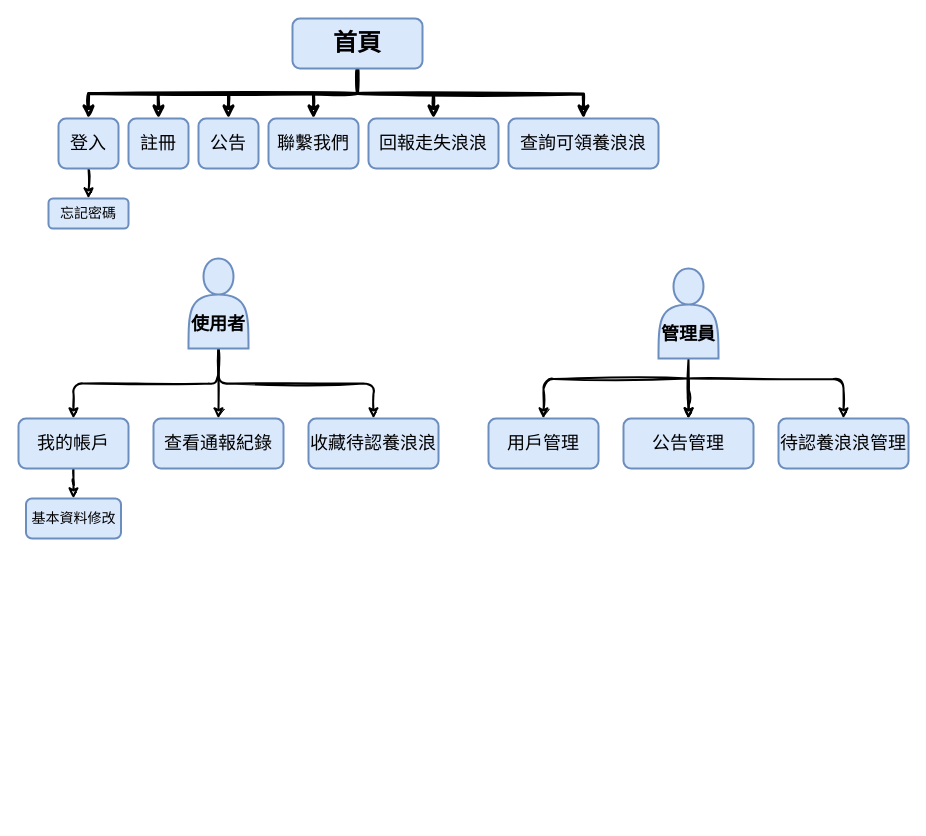
This is Untitled Diagram.drawio from Tzu-Lin/Tzu-Lin.github.io, a draw.io file, before an edit. Source tidied: cells renumbered, new cells numbered last; positions are measured from the earlier drawing's top-left corner, leaving out a move shared by most shapes. Both pictures are drawn from the tidied source at 100%, with x=0, y=0 at pixel (18, 18).
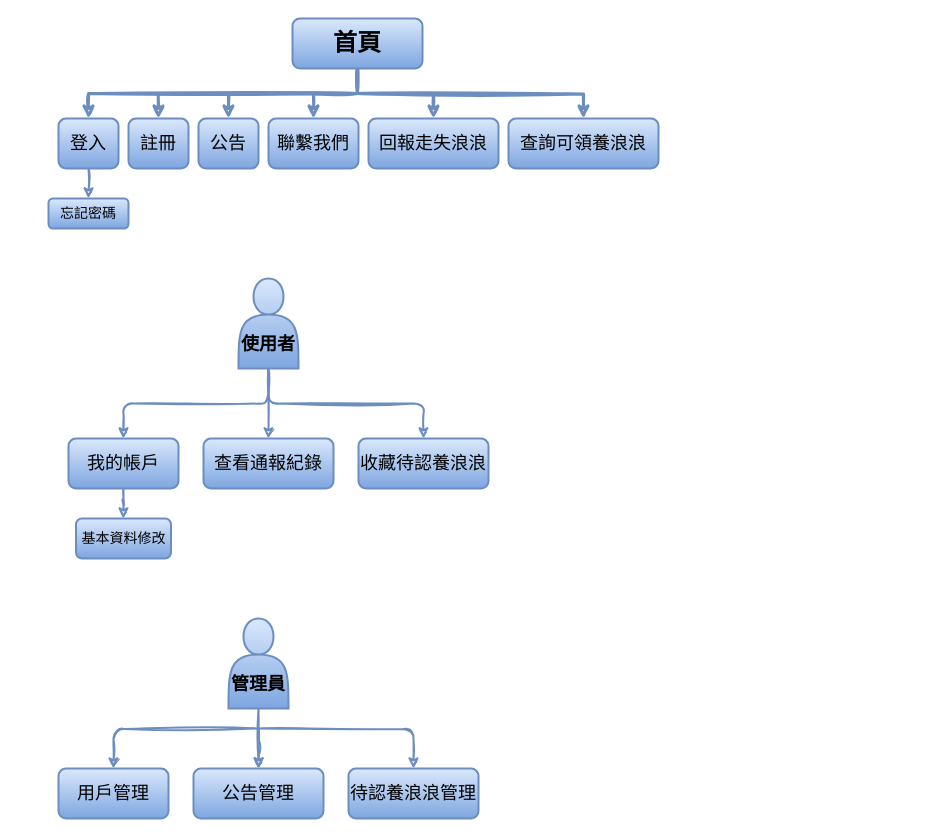
Above is the later version.

The edit, as a diff of the source:
```diff
@@
-    <mxCell id="2" style="edgeStyle=orthogonalEdgeStyle;jettySize=auto;html=1;rounded=0;strokeWidth=3;sketch=1;" parent="1" edge="1" source="8" target="13">
+    <mxCell id="2" style="edgeStyle=orthogonalEdgeStyle;jettySize=auto;html=1;rounded=0;strokeWidth=3;sketch=1;fillColor=#dae8fc;strokeColor=#6c8ebf;gradientColor=#7ea6e0;" parent="1" edge="1" source="8" target="13">
       <mxGeometry relative="1" as="geometry">
         <Array as="points">
           <mxPoint x="339" y="75" />
           <mxPoint x="295" y="75" />
         </Array>
       </mxGeometry>
     </mxCell>
-    <mxCell id="3" style="edgeStyle=orthogonalEdgeStyle;jettySize=auto;html=1;exitX=0.5;exitY=1;exitDx=0;exitDy=0;entryX=0.5;entryY=0;entryDx=0;entryDy=0;rounded=0;strokeWidth=3;sketch=1;" parent="1" edge="1" source="8" target="14">
+    <mxCell id="3" style="edgeStyle=orthogonalEdgeStyle;jettySize=auto;html=1;exitX=0.5;exitY=1;exitDx=0;exitDy=0;entryX=0.5;entryY=0;entryDx=0;entryDy=0;rounded=0;strokeWidth=3;sketch=1;fillColor=#dae8fc;strokeColor=#6c8ebf;gradientColor=#7ea6e0;" parent="1" edge="1" source="8" target="14">
       <mxGeometry relative="1" as="geometry" />
     </mxCell>
-    <mxCell id="4" style="edgeStyle=orthogonalEdgeStyle;jettySize=auto;html=1;rounded=0;strokeWidth=3;sketch=1;" parent="1" edge="1" target="15">
+    <mxCell id="4" style="edgeStyle=orthogonalEdgeStyle;jettySize=auto;html=1;rounded=0;strokeWidth=3;sketch=1;fillColor=#dae8fc;strokeColor=#6c8ebf;gradientColor=#7ea6e0;" parent="1" edge="1" target="15">
       <mxGeometry relative="1" as="geometry">
         <mxPoint x="339" y="75" as="sourcePoint" />
       </mxGeometry>
     </mxCell>
-    <mxCell id="5" style="edgeStyle=orthogonalEdgeStyle;jettySize=auto;html=1;exitX=0.5;exitY=1;exitDx=0;exitDy=0;rounded=0;strokeWidth=3;sketch=1;" parent="1" edge="1" source="8" target="11">
+    <mxCell id="5" style="edgeStyle=orthogonalEdgeStyle;jettySize=auto;html=1;exitX=0.5;exitY=1;exitDx=0;exitDy=0;rounded=0;strokeWidth=3;sketch=1;fillColor=#dae8fc;strokeColor=#6c8ebf;gradientColor=#7ea6e0;" parent="1" edge="1" source="8" target="11">
       <mxGeometry relative="1" as="geometry" />
     </mxCell>
-    <mxCell id="6" style="edgeStyle=orthogonalEdgeStyle;jettySize=auto;html=1;exitX=0.5;exitY=1;exitDx=0;exitDy=0;rounded=0;strokeWidth=3;sketch=1;" parent="1" edge="1" source="8" target="10">
+    <mxCell id="6" style="edgeStyle=orthogonalEdgeStyle;jettySize=auto;html=1;exitX=0.5;exitY=1;exitDx=0;exitDy=0;rounded=0;strokeWidth=3;sketch=1;fillColor=#dae8fc;strokeColor=#6c8ebf;gradientColor=#7ea6e0;" parent="1" edge="1" source="8" target="10">
       <mxGeometry relative="1" as="geometry" />
     </mxCell>
-    <mxCell id="7" style="edgeStyle=orthogonalEdgeStyle;jettySize=auto;html=1;exitX=0.5;exitY=1;exitDx=0;exitDy=0;entryX=0.5;entryY=0;entryDx=0;entryDy=0;rounded=0;strokeWidth=3;sketch=1;" parent="1" edge="1" source="8" target="12">
+    <mxCell id="7" style="edgeStyle=orthogonalEdgeStyle;jettySize=auto;html=1;exitX=0.5;exitY=1;exitDx=0;exitDy=0;entryX=0.5;entryY=0;entryDx=0;entryDy=0;rounded=0;strokeWidth=3;sketch=1;fillColor=#dae8fc;strokeColor=#6c8ebf;gradientColor=#7ea6e0;" parent="1" edge="1" source="8" target="12">
       <mxGeometry relative="1" as="geometry" />
     </mxCell>
-    <mxCell id="8" value="&lt;font style=&quot;vertical-align: inherit ; font-size: 24px&quot;&gt;&lt;b&gt;首頁&lt;/b&gt;&lt;/font&gt;" style="rounded=1;whiteSpace=wrap;html=1;fontSize=12;glass=0;strokeWidth=2;shadow=0;fillColor=#dae8fc;strokeColor=#6c8ebf;" parent="1" vertex="1">
+    <mxCell id="8" value="&lt;font style=&quot;vertical-align: inherit ; font-size: 24px&quot;&gt;&lt;b&gt;首頁&lt;/b&gt;&lt;/font&gt;" style="rounded=1;whiteSpace=wrap;html=1;fontSize=12;glass=0;strokeWidth=2;shadow=0;fillColor=#dae8fc;strokeColor=#6c8ebf;gradientColor=#7ea6e0;" parent="1" vertex="1">
       <mxGeometry x="274" width="130" height="50" as="geometry" />
     </mxCell>
-    <mxCell id="9" style="edgeStyle=orthogonalEdgeStyle;rounded=1;jettySize=auto;html=1;exitX=0.5;exitY=1;exitDx=0;exitDy=0;strokeWidth=2;shadow=0;sketch=1;" parent="1" edge="1" source="10">
+    <mxCell id="9" style="edgeStyle=orthogonalEdgeStyle;rounded=1;jettySize=auto;html=1;exitX=0.5;exitY=1;exitDx=0;exitDy=0;strokeWidth=2;shadow=0;sketch=1;fillColor=#dae8fc;strokeColor=#6c8ebf;gradientColor=#7ea6e0;" parent="1" edge="1" source="10">
       <mxGeometry relative="1" as="geometry">
         <mxPoint x="70" y="180" as="targetPoint" />
       </mxGeometry>
     </mxCell>
-    <mxCell id="10" value="&lt;font style=&quot;vertical-align: inherit ; font-size: 18px&quot;&gt;登入&lt;/font&gt;" style="rounded=1;whiteSpace=wrap;html=1;strokeWidth=2;fillColor=#dae8fc;strokeColor=#6c8ebf;" parent="1" vertex="1">
+    <mxCell id="10" value="&lt;font style=&quot;vertical-align: inherit ; font-size: 18px&quot;&gt;登入&lt;/font&gt;" style="rounded=1;whiteSpace=wrap;html=1;strokeWidth=2;fillColor=#dae8fc;strokeColor=#6c8ebf;gradientColor=#7ea6e0;" parent="1" vertex="1">
       <mxGeometry x="40" y="100" width="60" height="50" as="geometry" />
     </mxCell>
-    <mxCell id="11" value="&lt;font style=&quot;vertical-align: inherit ; font-size: 18px&quot;&gt;註冊&lt;/font&gt;" style="rounded=1;whiteSpace=wrap;html=1;strokeWidth=2;fillColor=#dae8fc;strokeColor=#6c8ebf;" parent="1" vertex="1">
+    <mxCell id="11" value="&lt;font style=&quot;vertical-align: inherit ; font-size: 18px&quot;&gt;註冊&lt;/font&gt;" style="rounded=1;whiteSpace=wrap;html=1;strokeWidth=2;fillColor=#dae8fc;strokeColor=#6c8ebf;gradientColor=#7ea6e0;" parent="1" vertex="1">
       <mxGeometry x="110" y="100" width="60" height="50" as="geometry" />
     </mxCell>
-    <mxCell id="12" value="&lt;font style=&quot;vertical-align: inherit ; font-size: 18px&quot;&gt;公告&lt;/font&gt;" style="rounded=1;whiteSpace=wrap;html=1;strokeWidth=2;fillColor=#dae8fc;strokeColor=#6c8ebf;" parent="1" vertex="1">
+    <mxCell id="12" value="&lt;font style=&quot;vertical-align: inherit ; font-size: 18px&quot;&gt;公告&lt;/font&gt;" style="rounded=1;whiteSpace=wrap;html=1;strokeWidth=2;fillColor=#dae8fc;strokeColor=#6c8ebf;gradientColor=#7ea6e0;" parent="1" vertex="1">
       <mxGeometry x="180" y="100" width="60" height="50" as="geometry" />
     </mxCell>
-    <mxCell id="13" value="&lt;font style=&quot;vertical-align: inherit ; font-size: 18px&quot;&gt;聯繫我們&lt;/font&gt;" style="rounded=1;whiteSpace=wrap;html=1;strokeWidth=2;fillColor=#dae8fc;strokeColor=#6c8ebf;" parent="1" vertex="1">
+    <mxCell id="13" value="&lt;font style=&quot;vertical-align: inherit ; font-size: 18px&quot;&gt;聯繫我們&lt;/font&gt;" style="rounded=1;whiteSpace=wrap;html=1;strokeWidth=2;fillColor=#dae8fc;strokeColor=#6c8ebf;gradientColor=#7ea6e0;" parent="1" vertex="1">
       <mxGeometry x="250" y="100" width="90" height="50" as="geometry" />
     </mxCell>
-    <mxCell id="14" value="&lt;font style=&quot;vertical-align: inherit ; font-size: 18px&quot;&gt;回報走失浪浪&lt;/font&gt;" style="rounded=1;whiteSpace=wrap;html=1;strokeWidth=2;fillColor=#dae8fc;strokeColor=#6c8ebf;" parent="1" vertex="1">
+    <mxCell id="14" value="&lt;font style=&quot;vertical-align: inherit ; font-size: 18px&quot;&gt;回報走失浪浪&lt;/font&gt;" style="rounded=1;whiteSpace=wrap;html=1;strokeWidth=2;fillColor=#dae8fc;strokeColor=#6c8ebf;gradientColor=#7ea6e0;" parent="1" vertex="1">
       <mxGeometry x="350" y="100" width="130" height="50" as="geometry" />
     </mxCell>
-    <mxCell id="15" value="&lt;font style=&quot;vertical-align: inherit ; font-size: 18px&quot;&gt;查詢可領養浪浪&lt;/font&gt;" style="rounded=1;whiteSpace=wrap;html=1;strokeWidth=2;fillColor=#dae8fc;strokeColor=#6c8ebf;" parent="1" vertex="1">
+    <mxCell id="15" value="&lt;font style=&quot;vertical-align: inherit ; font-size: 18px&quot;&gt;查詢可領養浪浪&lt;/font&gt;" style="rounded=1;whiteSpace=wrap;html=1;strokeWidth=2;fillColor=#dae8fc;strokeColor=#6c8ebf;gradientColor=#7ea6e0;" parent="1" vertex="1">
       <mxGeometry x="490" y="100" width="150" height="50" as="geometry" />
     </mxCell>
-    <mxCell id="16" value="&lt;font style=&quot;font-size: 14px&quot;&gt;忘記密碼&lt;/font&gt;" style="rounded=1;whiteSpace=wrap;html=1;strokeWidth=2;fillColor=#dae8fc;strokeColor=#6c8ebf;" parent="1" vertex="1">
+    <mxCell id="16" value="&lt;font style=&quot;font-size: 14px&quot;&gt;忘記密碼&lt;/font&gt;" style="rounded=1;whiteSpace=wrap;html=1;strokeWidth=2;fillColor=#dae8fc;strokeColor=#6c8ebf;gradientColor=#7ea6e0;" parent="1" vertex="1">
       <mxGeometry x="30" y="180" width="80" height="30" as="geometry" />
     </mxCell>
-    <mxCell id="17" style="edgeStyle=orthogonalEdgeStyle;rounded=1;sketch=1;jettySize=auto;html=1;exitX=0.5;exitY=1;exitDx=0;exitDy=0;shadow=0;strokeWidth=2;" parent="1" edge="1" source="20" target="24">
+    <mxCell id="17" style="edgeStyle=orthogonalEdgeStyle;rounded=1;sketch=1;jettySize=auto;html=1;exitX=0.5;exitY=1;exitDx=0;exitDy=0;shadow=0;strokeWidth=2;fillColor=#dae8fc;strokeColor=#6c8ebf;gradientColor=#7ea6e0;" parent="1" edge="1" source="20" target="24">
       <mxGeometry relative="1" as="geometry" />
     </mxCell>
-    <mxCell id="18" style="edgeStyle=orthogonalEdgeStyle;rounded=1;sketch=1;jettySize=auto;html=1;exitX=0.5;exitY=1;exitDx=0;exitDy=0;shadow=0;strokeWidth=2;" parent="1" edge="1" source="20" target="22">
+    <mxCell id="18" style="edgeStyle=orthogonalEdgeStyle;rounded=1;sketch=1;jettySize=auto;html=1;exitX=0.5;exitY=1;exitDx=0;exitDy=0;shadow=0;strokeWidth=2;fillColor=#dae8fc;strokeColor=#6c8ebf;gradientColor=#7ea6e0;" parent="1" edge="1" source="20" target="22">
       <mxGeometry relative="1" as="geometry" />
     </mxCell>
-    <mxCell id="19" style="edgeStyle=orthogonalEdgeStyle;rounded=1;sketch=1;jettySize=auto;html=1;shadow=0;strokeWidth=2;" parent="1" edge="1" source="20" target="21">
+    <mxCell id="19" style="edgeStyle=orthogonalEdgeStyle;rounded=1;sketch=1;jettySize=auto;html=1;shadow=0;strokeWidth=2;fillColor=#dae8fc;strokeColor=#6c8ebf;gradientColor=#7ea6e0;" parent="1" edge="1" source="20" target="21">
       <mxGeometry relative="1" as="geometry" />
     </mxCell>
-    <mxCell id="20" value="&lt;font style=&quot;font-size: 18px&quot;&gt;&lt;b&gt;&lt;br&gt;&lt;br&gt;使用者&lt;/b&gt;&lt;br&gt;&lt;/font&gt;" style="shape=actor;whiteSpace=wrap;html=1;strokeWidth=2;fillColor=#dae8fc;strokeColor=#6c8ebf;" parent="1" vertex="1">
-      <mxGeometry x="170" y="240" width="60" height="90" as="geometry" />
+    <mxCell id="20" value="&lt;font style=&quot;font-size: 18px&quot;&gt;&lt;b&gt;&lt;br&gt;&lt;br&gt;使用者&lt;/b&gt;&lt;br&gt;&lt;/font&gt;" style="shape=actor;whiteSpace=wrap;html=1;strokeWidth=2;fillColor=#dae8fc;strokeColor=#6c8ebf;gradientColor=#7ea6e0;" parent="1" vertex="1">
+      <mxGeometry x="220" y="260" width="60" height="90" as="geometry" />
     </mxCell>
-    <mxCell id="21" value="&lt;font style=&quot;vertical-align: inherit ; font-size: 18px&quot;&gt;查看通報紀錄&lt;/font&gt;" style="rounded=1;whiteSpace=wrap;html=1;strokeWidth=2;fillColor=#dae8fc;strokeColor=#6c8ebf;" parent="1" vertex="1">
-      <mxGeometry x="135" y="400" width="130" height="50" as="geometry" />
+    <mxCell id="21" value="&lt;font style=&quot;vertical-align: inherit ; font-size: 18px&quot;&gt;查看通報紀錄&lt;/font&gt;" style="rounded=1;whiteSpace=wrap;html=1;strokeWidth=2;fillColor=#dae8fc;strokeColor=#6c8ebf;gradientColor=#7ea6e0;" parent="1" vertex="1">
+      <mxGeometry x="185" y="420" width="130" height="50" as="geometry" />
     </mxCell>
-    <mxCell id="22" value="&lt;font style=&quot;vertical-align: inherit ; font-size: 18px&quot;&gt;收藏待認養浪浪&lt;/font&gt;" style="rounded=1;whiteSpace=wrap;html=1;strokeWidth=2;fillColor=#dae8fc;strokeColor=#6c8ebf;" parent="1" vertex="1">
-      <mxGeometry x="290" y="400" width="130" height="50" as="geometry" />
+    <mxCell id="22" value="&lt;font style=&quot;vertical-align: inherit ; font-size: 18px&quot;&gt;收藏待認養浪浪&lt;/font&gt;" style="rounded=1;whiteSpace=wrap;html=1;strokeWidth=2;fillColor=#dae8fc;strokeColor=#6c8ebf;gradientColor=#7ea6e0;" parent="1" vertex="1">
+      <mxGeometry x="340" y="420" width="130" height="50" as="geometry" />
     </mxCell>
-    <mxCell id="23" style="edgeStyle=orthogonalEdgeStyle;rounded=1;sketch=1;jettySize=auto;html=1;shadow=0;strokeWidth=2;" parent="1" edge="1" source="24" target="33">
+    <mxCell id="23" style="edgeStyle=orthogonalEdgeStyle;rounded=1;sketch=1;jettySize=auto;html=1;shadow=0;strokeWidth=2;fillColor=#dae8fc;strokeColor=#6c8ebf;gradientColor=#7ea6e0;" parent="1" edge="1" source="24" target="33">
       <mxGeometry relative="1" as="geometry" />
     </mxCell>
-    <mxCell id="24" value="&lt;span style=&quot;font-size: 18px&quot;&gt;我的帳戶&lt;/span&gt;" style="rounded=1;whiteSpace=wrap;html=1;strokeWidth=2;fillColor=#dae8fc;strokeColor=#6c8ebf;" parent="1" vertex="1">
-      <mxGeometry y="400" width="110" height="50" as="geometry" />
+    <mxCell id="24" value="&lt;span style=&quot;font-size: 18px&quot;&gt;我的帳戶&lt;/span&gt;" style="rounded=1;whiteSpace=wrap;html=1;strokeWidth=2;fillColor=#dae8fc;strokeColor=#6c8ebf;gradientColor=#7ea6e0;" parent="1" vertex="1">
+      <mxGeometry x="50" y="420" width="110" height="50" as="geometry" />
     </mxCell>
-    <mxCell id="25" style="edgeStyle=orthogonalEdgeStyle;rounded=1;sketch=1;jettySize=auto;html=1;exitX=0.5;exitY=1;exitDx=0;exitDy=0;entryX=0.5;entryY=0;entryDx=0;entryDy=0;shadow=0;strokeWidth=2;" parent="1" edge="1" source="26" target="30">
+    <mxCell id="25" style="edgeStyle=orthogonalEdgeStyle;rounded=1;sketch=1;jettySize=auto;html=1;exitX=0.5;exitY=1;exitDx=0;exitDy=0;entryX=0.5;entryY=0;entryDx=0;entryDy=0;shadow=0;strokeWidth=2;fillColor=#dae8fc;strokeColor=#6c8ebf;gradientColor=#7ea6e0;" parent="1" edge="1" source="26" target="30">
       <mxGeometry relative="1" as="geometry" />
     </mxCell>
-    <mxCell id="26" value="&lt;font style=&quot;font-size: 18px&quot;&gt;&lt;b&gt;&lt;br&gt;&lt;br&gt;管理員&lt;/b&gt;&lt;br&gt;&lt;/font&gt;" style="shape=actor;whiteSpace=wrap;html=1;strokeWidth=2;fillColor=#dae8fc;strokeColor=#6c8ebf;" parent="1" vertex="1">
-      <mxGeometry x="640" y="250" width="60" height="90" as="geometry" />
+    <mxCell id="26" value="&lt;font style=&quot;font-size: 18px&quot;&gt;&lt;b&gt;&lt;br&gt;&lt;br&gt;管理員&lt;/b&gt;&lt;br&gt;&lt;/font&gt;" style="shape=actor;whiteSpace=wrap;html=1;strokeWidth=2;fillColor=#dae8fc;strokeColor=#6c8ebf;gradientColor=#7ea6e0;" parent="1" vertex="1">
+      <mxGeometry x="210" y="600" width="60" height="90" as="geometry" />
     </mxCell>
-    <mxCell id="27" style="edgeStyle=orthogonalEdgeStyle;rounded=1;sketch=1;jettySize=auto;html=1;exitX=0.5;exitY=1;exitDx=0;exitDy=0;shadow=0;strokeWidth=2;" parent="1" edge="1" target="32">
+    <mxCell id="27" style="edgeStyle=orthogonalEdgeStyle;rounded=1;sketch=1;jettySize=auto;html=1;exitX=0.5;exitY=1;exitDx=0;exitDy=0;shadow=0;strokeWidth=2;fillColor=#dae8fc;strokeColor=#6c8ebf;gradientColor=#7ea6e0;" parent="1" edge="1" target="32">
       <mxGeometry relative="1" as="geometry">
-        <mxPoint x="670" y="360" as="sourcePoint" />
+        <mxPoint x="240" y="710" as="sourcePoint" />
       </mxGeometry>
     </mxCell>
-    <mxCell id="28" style="edgeStyle=orthogonalEdgeStyle;rounded=1;sketch=1;jettySize=auto;html=1;exitX=0.5;exitY=1;exitDx=0;exitDy=0;shadow=0;strokeWidth=2;" parent="1" edge="1" target="31">
+    <mxCell id="28" style="edgeStyle=orthogonalEdgeStyle;rounded=1;sketch=1;jettySize=auto;html=1;exitX=0.5;exitY=1;exitDx=0;exitDy=0;shadow=0;strokeWidth=2;fillColor=#dae8fc;strokeColor=#6c8ebf;gradientColor=#7ea6e0;" parent="1" edge="1" target="31">
       <mxGeometry relative="1" as="geometry">
-        <mxPoint x="670" y="360" as="sourcePoint" />
+        <mxPoint x="240" y="710" as="sourcePoint" />
       </mxGeometry>
     </mxCell>
-    <mxCell id="29" style="edgeStyle=orthogonalEdgeStyle;rounded=1;sketch=1;jettySize=auto;html=1;shadow=0;strokeWidth=2;" parent="1" edge="1" target="30">
+    <mxCell id="29" style="edgeStyle=orthogonalEdgeStyle;rounded=1;sketch=1;jettySize=auto;html=1;shadow=0;strokeWidth=2;fillColor=#dae8fc;strokeColor=#6c8ebf;gradientColor=#7ea6e0;" parent="1" edge="1" target="30">
       <mxGeometry relative="1" as="geometry">
-        <mxPoint x="670" y="360" as="sourcePoint" />
+        <mxPoint x="240" y="710" as="sourcePoint" />
       </mxGeometry>
     </mxCell>
-    <mxCell id="30" value="&lt;span style=&quot;font-size: 18px&quot;&gt;公告管理&lt;/span&gt;" style="rounded=1;whiteSpace=wrap;html=1;strokeWidth=2;fillColor=#dae8fc;strokeColor=#6c8ebf;" parent="1" vertex="1">
-      <mxGeometry x="605" y="400" width="130" height="50" as="geometry" />
+    <mxCell id="30" value="&lt;span style=&quot;font-size: 18px&quot;&gt;公告管理&lt;/span&gt;" style="rounded=1;whiteSpace=wrap;html=1;strokeWidth=2;fillColor=#dae8fc;strokeColor=#6c8ebf;gradientColor=#7ea6e0;" parent="1" vertex="1">
+      <mxGeometry x="175" y="750" width="130" height="50" as="geometry" />
     </mxCell>
-    <mxCell id="31" value="&lt;span style=&quot;font-size: 18px&quot;&gt;待認養浪浪管理&lt;br&gt;&lt;/span&gt;" style="rounded=1;whiteSpace=wrap;html=1;strokeWidth=2;fillColor=#dae8fc;strokeColor=#6c8ebf;" parent="1" vertex="1">
-      <mxGeometry x="760" y="400" width="130" height="50" as="geometry" />
+    <mxCell id="31" value="&lt;span style=&quot;font-size: 18px&quot;&gt;待認養浪浪管理&lt;br&gt;&lt;/span&gt;" style="rounded=1;whiteSpace=wrap;html=1;strokeWidth=2;fillColor=#dae8fc;strokeColor=#6c8ebf;gradientColor=#7ea6e0;" parent="1" vertex="1">
+      <mxGeometry x="330" y="750" width="130" height="50" as="geometry" />
     </mxCell>
-    <mxCell id="32" value="&lt;font style=&quot;vertical-align: inherit ; font-size: 18px&quot;&gt;用戶管理&lt;/font&gt;" style="rounded=1;whiteSpace=wrap;html=1;strokeWidth=2;fillColor=#dae8fc;strokeColor=#6c8ebf;" parent="1" vertex="1">
-      <mxGeometry x="470" y="400" width="110" height="50" as="geometry" />
+    <mxCell id="32" value="&lt;font style=&quot;vertical-align: inherit ; font-size: 18px&quot;&gt;用戶管理&lt;/font&gt;" style="rounded=1;whiteSpace=wrap;html=1;strokeWidth=2;fillColor=#dae8fc;strokeColor=#6c8ebf;gradientColor=#7ea6e0;" parent="1" vertex="1">
+      <mxGeometry x="40" y="750" width="110" height="50" as="geometry" />
     </mxCell>
-    <mxCell id="33" value="&lt;font style=&quot;font-size: 14px&quot;&gt;基本資料修改&lt;/font&gt;" style="rounded=1;whiteSpace=wrap;html=1;strokeWidth=2;fillColor=#dae8fc;strokeColor=#6c8ebf;" parent="1" vertex="1">
-      <mxGeometry x="7.5" y="480" width="95" height="40" as="geometry" />
+    <mxCell id="33" value="&lt;font style=&quot;font-size: 14px&quot;&gt;基本資料修改&lt;/font&gt;" style="rounded=1;whiteSpace=wrap;html=1;strokeWidth=2;fillColor=#dae8fc;strokeColor=#6c8ebf;gradientColor=#7ea6e0;" parent="1" vertex="1">
+      <mxGeometry x="57.5" y="500" width="95" height="40" as="geometry" />
     </mxCell>
```
